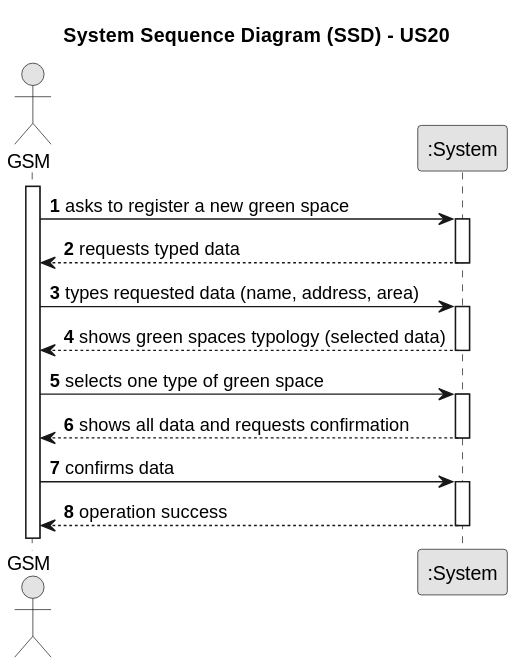
Earlier version of the PlantUML export docs/sprintC/US020/01.requirements-engineering/svg/us20-system-sequence-diagram.svg (LopemigueISEP/lei-24-s2-1nb-g312). The source it was exported from:
```plantuml
@startuml
skinparam monochrome true
skinparam packageStyle rectangle
skinparam shadowing false

title System Sequence Diagram (SSD) - US20

autonumber

actor "GSM" as GSM
participant ":System" as System

activate GSM

    GSM -> System : asks to register a new green space
    activate System

        System --> GSM : requests typed data
    deactivate System

    GSM -> System : types requested data (name, address, area)
    activate System

        System --> GSM : shows green spaces typology (selected data)
    deactivate System

    GSM -> System : selects one type of green space
    activate System

        System --> GSM : shows all data and requests confirmation
    deactivate System

    GSM -> System : confirms data
    activate System

        System --> GSM : operation success
    deactivate System
@enduml
```
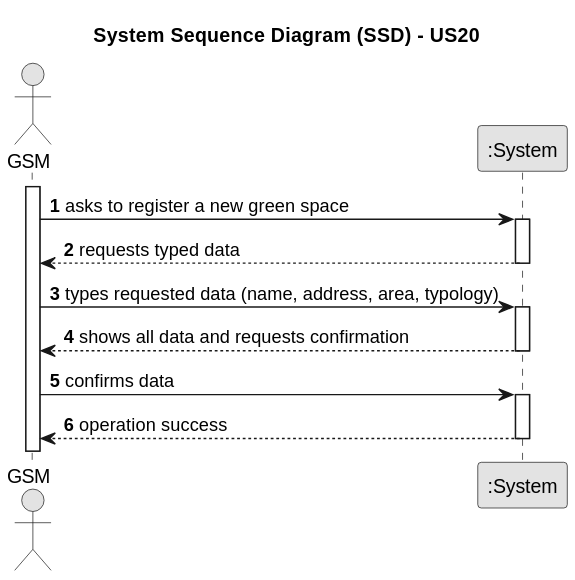
The same diagram one commit later.

Commit message:
#2 requiremens engineering, design update. SSD and SD full diagram update. Rationale update

The edit, as a diff of the source:
```diff
@@ -18,14 +18,9 @@
         System --> GSM : requests typed data
     deactivate System
 
-    GSM -> System : types requested data (name, address, area)
+    GSM -> System : types requested data (name, address, area, typology)
     activate System
 
-        System --> GSM : shows green spaces typology (selected data)
-    deactivate System
-
-    GSM -> System : selects one type of green space
-    activate System
 
         System --> GSM : shows all data and requests confirmation
     deactivate System
```
